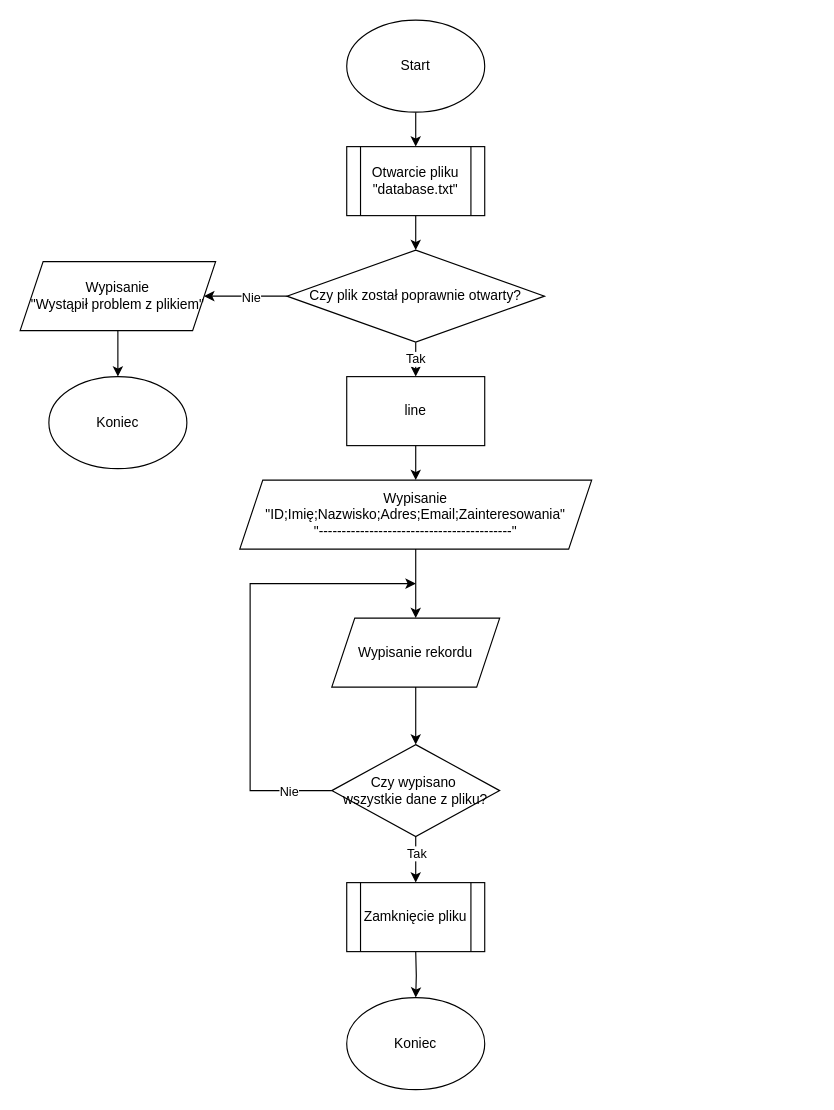
Above: schematy/DisplayPerson.drawio in NoxerdieS/Projekt-system-adres-w (draw.io), before the change. Source tidied: cells renumbered, new cells numbered last; positions are measured from the earlier drawing's top-left corner, leaving out a move shared by most shapes. Both pictures are drawn from the tidied source at 115%, with x=0, y=0 at pixel (20, 20).
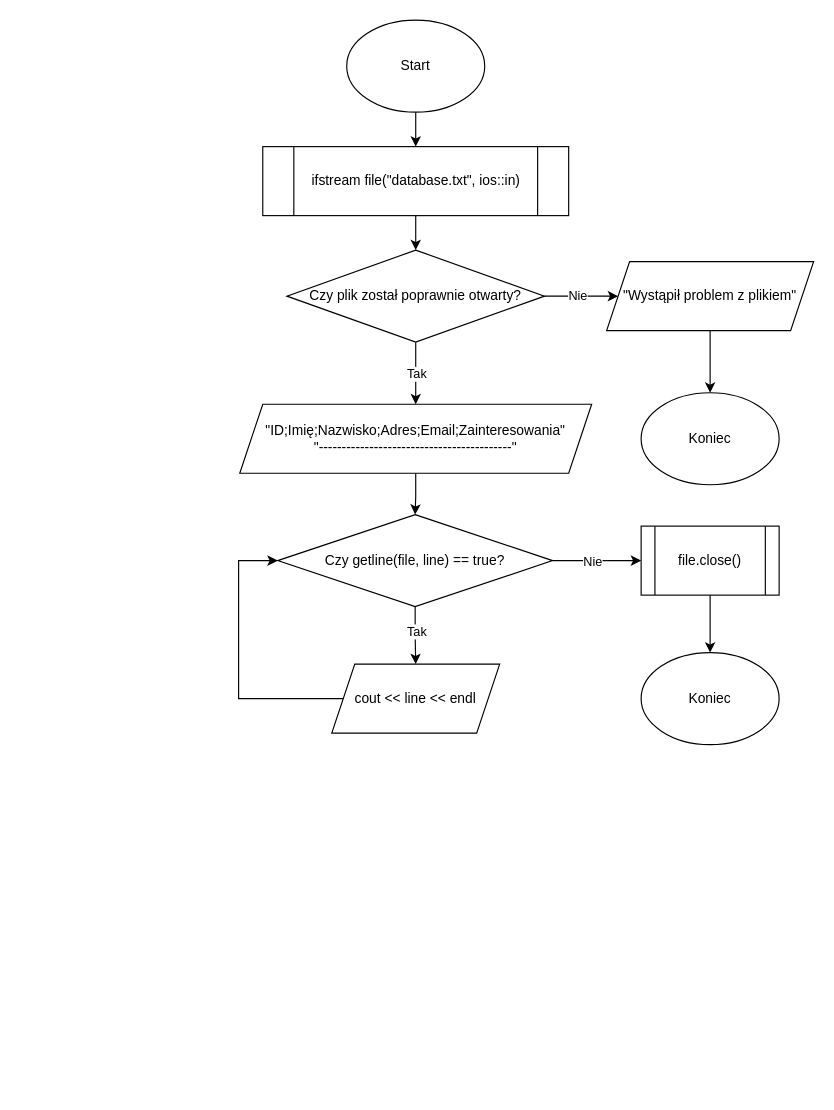
After the change.

The change refers to these unchanged cells:
```xml
<mxCell id="9" value="Czy plik został poprawnie otwarty?" style="rhombus;whiteSpace=wrap;html=1;" parent="1" vertex="1">
  <mxGeometry x="232" y="200" width="224" height="80" as="geometry" />
</mxCell>
```

What changed in the source:
```diff
@@
-    <mxCell id="7" style="edgeStyle=orthogonalEdgeStyle;rounded=0;jettySize=auto;html=1;" parent="1" edge="1" source="9" target="13">
-      <mxGeometry relative="1" as="geometry" />
-    </mxCell>
-    <mxCell id="8" value="Tak" style="edgeLabel;html=1;align=center;verticalAlign=middle;" parent="7" vertex="1">
-      <mxGeometry x="0.04" y="1" relative="1" as="geometry" />
-    </mxCell>
+    <mxCell id="28" style="edgeStyle=orthogonalEdgeStyle;rounded=0;jettySize=auto;html=1;" parent="1" edge="1" source="9" target="15">
+      <mxGeometry relative="1" as="geometry" />
+    </mxCell>
+    <mxCell id="29" value="Tak" style="edgeLabel;html=1;align=center;verticalAlign=middle;" parent="28" vertex="1">
+      <mxGeometry relative="1" as="geometry" />
+    </mxCell>
@@
-    <mxCell id="11" value="&lt;div&gt;Wypisanie&lt;/div&gt;&quot;Wystąpił problem z plikiem&quot;" style="shape=parallelogram;perimeter=parallelogramPerimeter;whiteSpace=wrap;html=1;fixedSize=1;" parent="1" vertex="1">
-      <mxGeometry y="210" width="170" height="60" as="geometry" />
+    <mxCell id="11" value="&lt;div&gt;&lt;span style=&quot;background-color: transparent; color: light-dark(rgb(0, 0, 0), rgb(255, 255, 255));&quot;&gt;&quot;Wystąpił problem z plikiem&quot;&lt;/span&gt;&lt;/div&gt;" style="shape=parallelogram;perimeter=parallelogramPerimeter;whiteSpace=wrap;html=1;fixedSize=1;" parent="1" vertex="1">
+      <mxGeometry x="510" y="210" width="180" height="60" as="geometry" />
     </mxCell>
-    <mxCell id="12" style="edgeStyle=orthogonalEdgeStyle;rounded=0;jettySize=auto;html=1;" parent="1" edge="1" source="13" target="15">
-      <mxGeometry relative="1" as="geometry" />
-    </mxCell>
-    <mxCell id="13" value="line" style="whiteSpace=wrap;html=1;" parent="1" vertex="1">
-      <mxGeometry x="284" y="310" width="120" height="60" as="geometry" />
-    </mxCell>
-    <mxCell id="14" style="edgeStyle=orthogonalEdgeStyle;rounded=0;jettySize=auto;html=1;" parent="1" edge="1" source="15" target="22">
-      <mxGeometry relative="1" as="geometry" />
-    </mxCell>
+    <mxCell id="30" style="edgeStyle=orthogonalEdgeStyle;rounded=0;jettySize=auto;html=1;" parent="1" edge="1" source="15" target="20">
+      <mxGeometry relative="1" as="geometry" />
+    </mxCell>
-    <mxCell id="15" value="&lt;div&gt;Wypisanie&lt;/div&gt;&quot;ID;Imię;Nazwisko;Adres;Email;Zainteresowania&quot;&lt;div&gt;&quot;------------------------------------------&quot;&lt;/div&gt;" style="shape=parallelogram;perimeter=parallelogramPerimeter;whiteSpace=wrap;html=1;fixedSize=1;" parent="1" vertex="1">
-      <mxGeometry x="191" y="400" width="306" height="60" as="geometry" />
+    <mxCell id="15" value="&lt;div&gt;&lt;span style=&quot;background-color: transparent; color: light-dark(rgb(0, 0, 0), rgb(255, 255, 255));&quot;&gt;&quot;ID;Imię;Nazwisko;Adres;Email;Zainteresowania&quot;&lt;/span&gt;&lt;/div&gt;&lt;div&gt;&quot;------------------------------------------&quot;&lt;/div&gt;" style="shape=parallelogram;perimeter=parallelogramPerimeter;whiteSpace=wrap;html=1;fixedSize=1;" parent="1" vertex="1">
+      <mxGeometry x="191" y="334" width="306" height="60" as="geometry" />
     </mxCell>
-    <mxCell id="16" style="edgeStyle=orthogonalEdgeStyle;rounded=0;jettySize=auto;html=1;" parent="1" edge="1" source="20">
-      <mxGeometry relative="1" as="geometry">
-        <mxPoint x="344" y="490" as="targetPoint" />
-        <Array as="points">
-          <mxPoint x="200" y="670" />
-          <mxPoint x="200" y="490" />
-        </Array>
-      </mxGeometry>
-    </mxCell>
+    <mxCell id="31" style="edgeStyle=orthogonalEdgeStyle;rounded=0;jettySize=auto;html=1;" parent="1" edge="1" source="20" target="22">
+      <mxGeometry relative="1" as="geometry" />
+    </mxCell>
+    <mxCell id="32" value="Tak" style="edgeLabel;html=1;align=center;verticalAlign=middle;" parent="31" vertex="1">
+      <mxGeometry x="0.05" relative="1" as="geometry">
+        <mxPoint y="-5" as="offset" />
+      </mxGeometry>
+    </mxCell>
+    <mxCell id="33" style="edgeStyle=orthogonalEdgeStyle;rounded=0;jettySize=auto;html=1;" parent="1" edge="1" source="20" target="26">
+      <mxGeometry relative="1" as="geometry" />
+    </mxCell>
-    <mxCell id="17" value="Nie" style="edgeLabel;html=1;align=center;verticalAlign=middle;" parent="16" vertex="1">
-      <mxGeometry x="-0.81" relative="1" as="geometry" />
+    <mxCell id="17" value="Nie" style="edgeLabel;html=1;align=center;verticalAlign=middle;" parent="33" vertex="1">
+      <mxGeometry x="-0.06" y="-3" relative="1" as="geometry">
+        <mxPoint x="-2" y="-3" as="offset" />
+      </mxGeometry>
     </mxCell>
-    <mxCell id="18" style="edgeStyle=orthogonalEdgeStyle;rounded=0;jettySize=auto;html=1;" parent="1" edge="1" source="20">
-      <mxGeometry relative="1" as="geometry">
-        <mxPoint x="344" y="750" as="targetPoint" />
-      </mxGeometry>
-    </mxCell>
-    <mxCell id="19" value="Tak" style="edgeLabel;html=1;align=center;verticalAlign=middle;" parent="18" vertex="1">
-      <mxGeometry x="-0.3" relative="1" as="geometry" />
-    </mxCell>
-    <mxCell id="20" value="Czy wypisano&amp;nbsp;&lt;div&gt;wszystkie dane z pliku?&lt;/div&gt;" style="rhombus;whiteSpace=wrap;html=1;" parent="1" vertex="1">
-      <mxGeometry x="271" y="630" width="146" height="80" as="geometry" />
+    <mxCell id="20" value="Czy getline(file, line) == true?" style="rhombus;whiteSpace=wrap;html=1;" parent="1" vertex="1">
+      <mxGeometry x="224" y="430" width="239" height="80" as="geometry" />
     </mxCell>
-    <mxCell id="21" style="edgeStyle=orthogonalEdgeStyle;rounded=0;jettySize=auto;html=1;" parent="1" edge="1" source="22" target="20">
-      <mxGeometry relative="1" as="geometry" />
+    <mxCell id="21" style="edgeStyle=orthogonalEdgeStyle;rounded=0;jettySize=auto;html=1;entryX=0;entryY=0.5;entryDx=0;entryDy=0;exitX=0;exitY=0.5;exitDx=0;exitDy=0;" parent="1" edge="1" source="22" target="20">
+      <mxGeometry relative="1" as="geometry">
+        <Array as="points">
+          <mxPoint x="190" y="590" />
+          <mxPoint x="190" y="470" />
+        </Array>
+      </mxGeometry>
     </mxCell>
-    <mxCell id="22" value="Wypisanie rekordu" style="shape=parallelogram;perimeter=parallelogramPerimeter;whiteSpace=wrap;html=1;fixedSize=1;" parent="1" vertex="1">
-      <mxGeometry x="271" y="520" width="146" height="60" as="geometry" />
+    <mxCell id="22" value="cout &amp;lt;&amp;lt; line &amp;lt;&amp;lt; endl" style="shape=parallelogram;perimeter=parallelogramPerimeter;whiteSpace=wrap;html=1;fixedSize=1;" parent="1" vertex="1">
+      <mxGeometry x="271" y="560" width="146" height="60" as="geometry" />
     </mxCell>
-    <mxCell id="23" style="edgeStyle=orthogonalEdgeStyle;rounded=0;jettySize=auto;html=1;" parent="1" edge="1" target="24">
-      <mxGeometry relative="1" as="geometry">
-        <mxPoint x="344" y="810" as="sourcePoint" />
-      </mxGeometry>
-    </mxCell>
     <mxCell id="24" value="Koniec" style="ellipse;whiteSpace=wrap;html=1;" parent="1" vertex="1">
-      <mxGeometry x="284" y="850" width="120" height="80" as="geometry" />
+      <mxGeometry x="540" y="550" width="120" height="80" as="geometry" />
     </mxCell>
-    <mxCell id="25" value="Otwarcie pliku &quot;database.txt&quot;" style="shape=process;whiteSpace=wrap;html=1;backgroundOutline=1;" parent="1" vertex="1">
-      <mxGeometry x="284" y="110" width="120" height="60" as="geometry" />
+    <mxCell id="25" value="ifstream file(&quot;database.txt&quot;, ios::in)" style="shape=process;whiteSpace=wrap;html=1;backgroundOutline=1;" parent="1" vertex="1">
+      <mxGeometry x="211" y="110" width="266" height="60" as="geometry" />
     </mxCell>
+    <mxCell id="34" style="edgeStyle=orthogonalEdgeStyle;rounded=0;jettySize=auto;html=1;" parent="1" edge="1" source="26" target="24">
+      <mxGeometry relative="1" as="geometry" />
+    </mxCell>
-    <mxCell id="26" value="Zamknięcie pliku" style="shape=process;whiteSpace=wrap;html=1;backgroundOutline=1;" parent="1" vertex="1">
-      <mxGeometry x="284" y="750" width="120" height="60" as="geometry" />
+    <mxCell id="26" value="file.close()" style="shape=process;whiteSpace=wrap;html=1;backgroundOutline=1;" parent="1" vertex="1">
+      <mxGeometry x="540" y="440" width="120" height="60" as="geometry" />
     </mxCell>
     <mxCell id="27" value="Koniec" style="ellipse;whiteSpace=wrap;html=1;" parent="1" vertex="1">
-      <mxGeometry x="25" y="310" width="120" height="80" as="geometry" />
+      <mxGeometry x="540" y="324" width="120" height="80" as="geometry" />
     </mxCell>
```
